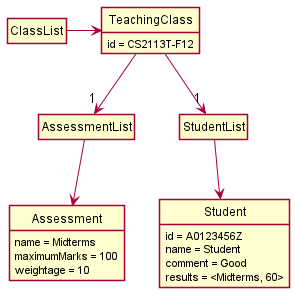
The PlantUML diagram docs/diagrams/object/SetMarkObjectDiagram.png in nus-cs2113-AY2122S1/tp, before a commit.
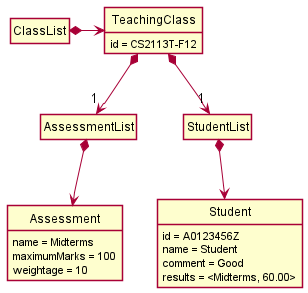
Above is the later version.

Commit message:
edit object diagram

What changed in the source:
```diff
@@ -1,5 +1,5 @@
 @startuml
-!include ClassStyle.puml
+!include ObjectStyle.puml
 
 class ClassList
 class TeachingClass {
@@ -16,14 +16,14 @@
     id = A0123456Z
     name = Student
     comment = Good
-    results = <Midterms, 60>
+    results = <Midterms, 60.00>
 }
 
 
-ClassList -> TeachingClass
-TeachingClass -down-> "1" StudentList
-StudentList -down-> Student
-TeachingClass -down-> "1" AssessmentList
-AssessmentList -down-> Assessment
+ClassList *-> TeachingClass
+TeachingClass *-down-> "1" StudentList
+StudentList *-down-> Student
+TeachingClass *-down-> "1" AssessmentList
+AssessmentList *-down-> Assessment
 
 @enduml
```
